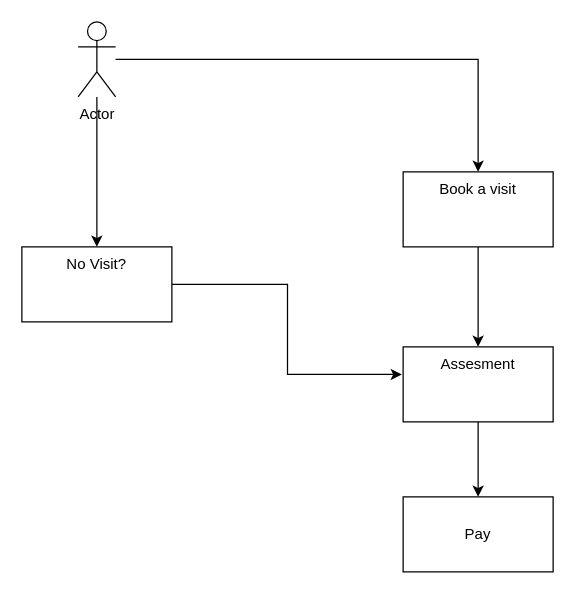
Above: CarehomeHighLevelProcess.drawio in mattwatts36/drawings (draw.io), before the change. Source tidied: cells renumbered, new cells numbered last; positions are measured from the earlier drawing's top-left corner, leaving out a move shared by most shapes. Both pictures are drawn from the tidied source at 125%, with x=0, y=0 at pixel (21, 21).
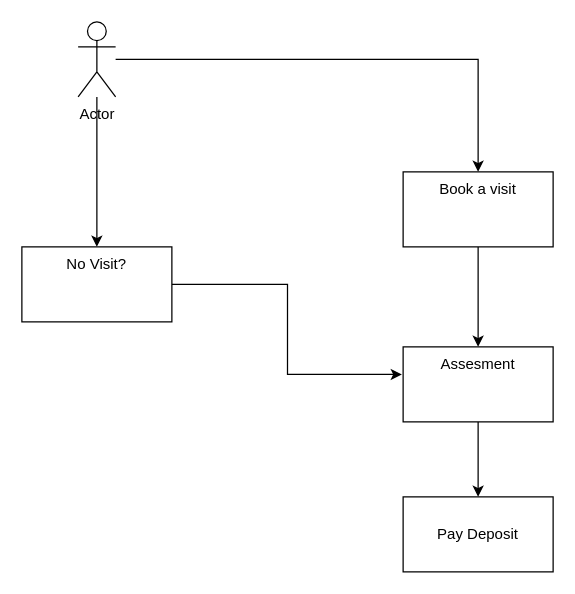
The same page after the edit.

Diff of the diagram source:
```diff
@@
 <mxGraphModel>
   <root>
     <mxCell id="0" />
     <mxCell id="1" parent="0" />
     <mxCell id="2" style="edgeStyle=orthogonalEdgeStyle;rounded=0;jettySize=auto;html=1;" parent="1" edge="1" source="4" target="7">
       <mxGeometry relative="1" as="geometry" />
     </mxCell>
     <mxCell id="3" style="edgeStyle=orthogonalEdgeStyle;rounded=0;jettySize=auto;html=1;" parent="1" edge="1" source="4" target="9">
       <mxGeometry relative="1" as="geometry" />
     </mxCell>
     <mxCell id="4" value="Actor" style="shape=umlActor;verticalLabelPosition=bottom;verticalAlign=top;html=1;outlineConnect=0;" parent="1" vertex="1">
       <mxGeometry x="45" width="30" height="60" as="geometry" />
     </mxCell>
-    <mxCell id="5" value="Pay" style="rounded=0;whiteSpace=wrap;html=1;" parent="1" vertex="1">
+    <mxCell id="5" value="Pay Deposit" style="rounded=0;whiteSpace=wrap;html=1;" parent="1" vertex="1">
       <mxGeometry x="305" y="380" width="120" height="60" as="geometry" />
     </mxCell>
     <mxCell id="6" style="edgeStyle=orthogonalEdgeStyle;rounded=0;jettySize=auto;html=1;" parent="1" edge="1" source="7" target="11">
       <mxGeometry relative="1" as="geometry" />
     </mxCell>
     <mxCell id="7" value="Book a visit" style="whiteSpace=wrap;html=1;verticalAlign=top;" parent="1" vertex="1">
       <mxGeometry x="305" y="120" width="120" height="60" as="geometry" />
     </mxCell>
     <mxCell id="8" style="edgeStyle=orthogonalEdgeStyle;rounded=0;jettySize=auto;html=1;entryX=-0.008;entryY=0.367;entryDx=0;entryDy=0;entryPerimeter=0;" parent="1" edge="1" source="9" target="11">
       <mxGeometry relative="1" as="geometry" />
     </mxCell>
     <mxCell id="9" value="No Visit?" style="whiteSpace=wrap;html=1;verticalAlign=top;" parent="1" vertex="1">
       <mxGeometry y="180" width="120" height="60" as="geometry" />
     </mxCell>
     <mxCell id="10" style="edgeStyle=orthogonalEdgeStyle;rounded=0;jettySize=auto;html=1;" parent="1" edge="1" source="11" target="5">
       <mxGeometry relative="1" as="geometry" />
     </mxCell>
     <mxCell id="11" value="Assesment" style="whiteSpace=wrap;html=1;verticalAlign=top;" parent="1" vertex="1">
       <mxGeometry x="305" y="260" width="120" height="60" as="geometry" />
     </mxCell>
   </root>
 </mxGraphModel>
```
